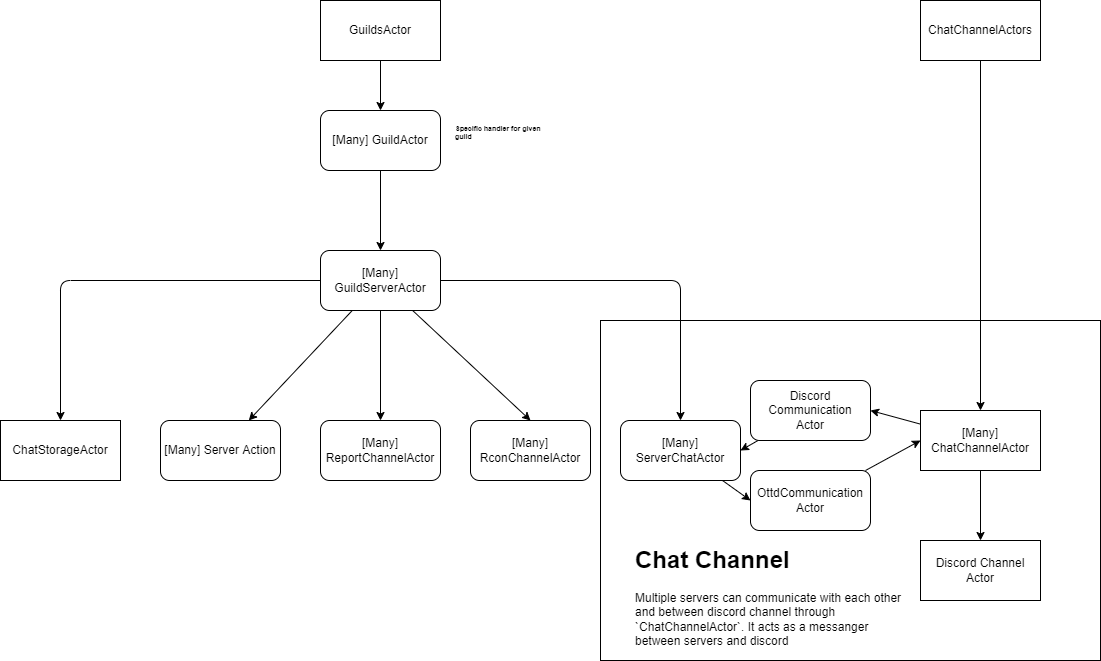
Before: docs/akka.drawio.png, a diagram exported from draw.io (shoter/OpenttdDiscord). Source tidied: cells renumbered, new cells last; positions are measured from the earlier drawing's top-left corner, leaving out a move shared by most shapes.
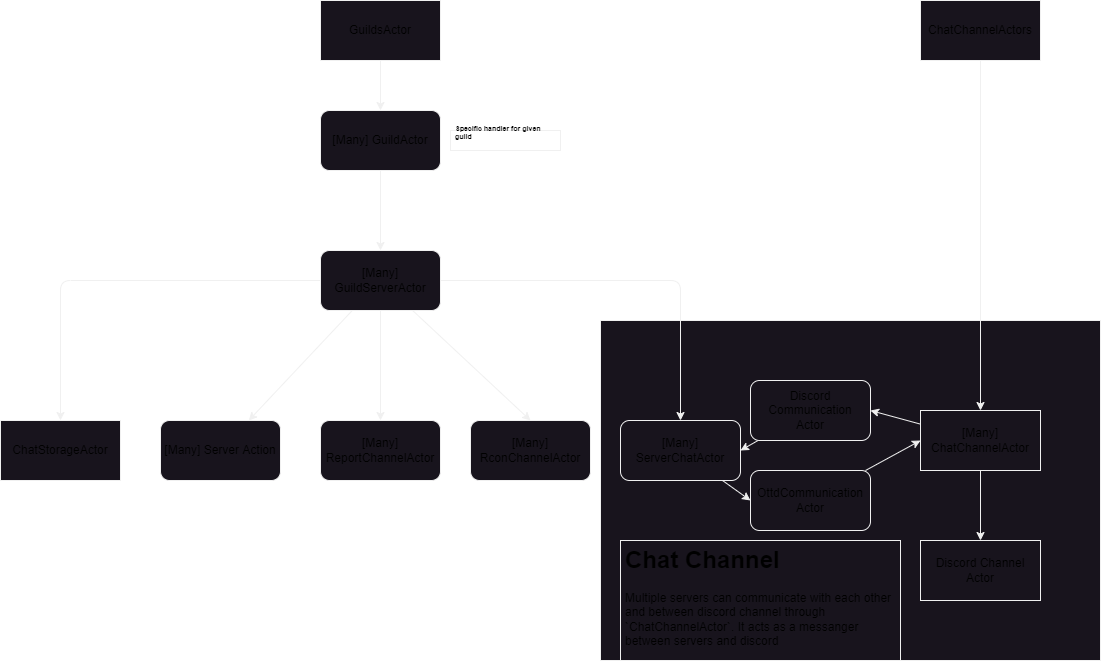
After the change.

Commit message:
feat: better diagram colors

What changed in the source:
```diff
@@ -2,100 +2,100 @@
   <root>
     <mxCell id="0" />
     <mxCell id="1" parent="0" />
-    <mxCell id="2" style="rounded=0;whiteSpace=wrap;html=1;" parent="1" vertex="1">
+    <mxCell id="2" style="rounded=0;whiteSpace=wrap;html=1;strokeColor=#f0f0f0;fillColor=#18141D;" parent="1" vertex="1">
       <mxGeometry x="600" y="320" width="500" height="340" as="geometry" />
     </mxCell>
-    <mxCell id="3" style="edgeStyle=none;html=1;" parent="1" edge="1" source="4" target="13">
+    <mxCell id="3" style="edgeStyle=none;html=1;strokeColor=#F0F0F0;" parent="1" edge="1" source="4" target="13">
       <mxGeometry relative="1" as="geometry" />
     </mxCell>
-    <mxCell id="4" value="[Many] GuildActor" style="rounded=1;whiteSpace=wrap;html=1;" parent="1" vertex="1">
+    <mxCell id="4" value="[Many] GuildActor" style="rounded=1;whiteSpace=wrap;html=1;strokeColor=#f0f0f0;fillColor=#18141D;" parent="1" vertex="1">
       <mxGeometry x="320" y="110" width="120" height="60" as="geometry" />
     </mxCell>
-    <mxCell id="5" value="&lt;h1 style=&quot;font-size: 7px;&quot;&gt;Specific handler for given guild&lt;/h1&gt;" style="text;html=1;strokeColor=none;fillColor=none;spacing=5;spacingTop=-20;whiteSpace=wrap;overflow=hidden;rounded=0;fontSize=7;verticalAlign=top;align=left;" parent="1" vertex="1">
+    <mxCell id="5" value="&lt;h1 style=&quot;font-size: 7px;&quot;&gt;Specific handler for given guild&lt;/h1&gt;" style="text;html=1;strokeColor=#f0f0f0;fillColor=none;spacing=5;spacingTop=-20;whiteSpace=wrap;overflow=hidden;rounded=0;fontSize=7;verticalAlign=top;align=left;" parent="1" vertex="1">
       <mxGeometry x="450" y="130" width="110" height="20" as="geometry" />
     </mxCell>
-    <mxCell id="6" style="edgeStyle=none;html=1;entryX=0.5;entryY=0;entryDx=0;entryDy=0;fontSize=12;" parent="1" edge="1" source="7" target="4">
+    <mxCell id="6" style="edgeStyle=none;html=1;entryX=0.5;entryY=0;entryDx=0;entryDy=0;fontSize=12;strokeColor=#F0F0F0;" parent="1" edge="1" source="7" target="4">
       <mxGeometry relative="1" as="geometry" />
     </mxCell>
-    <mxCell id="7" value="GuildsActor" style="rounded=0;whiteSpace=wrap;html=1;fontSize=12;" parent="1" vertex="1">
+    <mxCell id="7" value="GuildsActor" style="rounded=0;whiteSpace=wrap;html=1;fontSize=12;strokeColor=#f0f0f0;fillColor=#18141D;" parent="1" vertex="1">
       <mxGeometry x="320" width="120" height="60" as="geometry" />
     </mxCell>
-    <mxCell id="8" style="edgeStyle=none;html=1;" parent="1" edge="1" source="13" target="14">
+    <mxCell id="8" style="edgeStyle=none;html=1;strokeColor=#F0F0F0;" parent="1" edge="1" source="13" target="14">
       <mxGeometry relative="1" as="geometry" />
     </mxCell>
-    <mxCell id="9" style="edgeStyle=none;html=1;entryX=0.5;entryY=0;entryDx=0;entryDy=0;exitX=1;exitY=0.5;exitDx=0;exitDy=0;" parent="1" edge="1" source="13" target="16">
+    <mxCell id="9" style="edgeStyle=none;html=1;entryX=0.5;entryY=0;entryDx=0;entryDy=0;exitX=1;exitY=0.5;exitDx=0;exitDy=0;strokeColor=#F0F0F0;" parent="1" edge="1" source="13" target="16">
       <mxGeometry relative="1" as="geometry">
         <Array as="points">
           <mxPoint x="680" y="280" />
         </Array>
       </mxGeometry>
     </mxCell>
-    <mxCell id="10" style="edgeStyle=none;html=1;entryX=0.5;entryY=0;entryDx=0;entryDy=0;endArrow=classic;endFill=1;" parent="1" edge="1" source="13" target="29">
+    <mxCell id="10" style="edgeStyle=none;html=1;entryX=0.5;entryY=0;entryDx=0;entryDy=0;endArrow=classic;endFill=1;strokeColor=#F0F0F0;" parent="1" edge="1" source="13" target="29">
       <mxGeometry relative="1" as="geometry">
         <Array as="points">
           <mxPoint x="60" y="280" />
         </Array>
       </mxGeometry>
     </mxCell>
-    <mxCell id="11" style="edgeStyle=none;html=1;entryX=0.5;entryY=0;entryDx=0;entryDy=0;endArrow=classic;endFill=1;" parent="1" edge="1" source="13" target="28">
+    <mxCell id="11" style="edgeStyle=none;html=1;entryX=0.5;entryY=0;entryDx=0;entryDy=0;endArrow=classic;endFill=1;strokeColor=#F0F0F0;" parent="1" edge="1" source="13" target="28">
       <mxGeometry relative="1" as="geometry" />
     </mxCell>
-    <mxCell id="12" style="edgeStyle=none;html=1;entryX=0.5;entryY=0;entryDx=0;entryDy=0;" parent="1" edge="1" source="13" target="27">
+    <mxCell id="12" style="edgeStyle=none;html=1;entryX=0.5;entryY=0;entryDx=0;entryDy=0;strokeColor=#F0F0F0;" parent="1" edge="1" source="13" target="27">
       <mxGeometry relative="1" as="geometry" />
     </mxCell>
-    <mxCell id="13" value="[Many] GuildServerActor" style="rounded=1;whiteSpace=wrap;html=1;" parent="1" vertex="1">
+    <mxCell id="13" value="[Many] GuildServerActor" style="rounded=1;whiteSpace=wrap;html=1;strokeColor=#f0f0f0;fillColor=#18141D;" parent="1" vertex="1">
       <mxGeometry x="320" y="250" width="120" height="60" as="geometry" />
     </mxCell>
-    <mxCell id="14" value="[Many] Server Action" style="rounded=1;whiteSpace=wrap;html=1;" parent="1" vertex="1">
+    <mxCell id="14" value="[Many] Server Action" style="rounded=1;whiteSpace=wrap;html=1;strokeColor=#f0f0f0;fillColor=#18141D;" parent="1" vertex="1">
       <mxGeometry x="160" y="420" width="120" height="60" as="geometry" />
     </mxCell>
-    <mxCell id="15" style="edgeStyle=none;html=1;entryX=0;entryY=0.5;entryDx=0;entryDy=0;" parent="1" edge="1" source="16" target="20">
+    <mxCell id="15" style="edgeStyle=none;html=1;entryX=0;entryY=0.5;entryDx=0;entryDy=0;strokeColor=#F0F0F0;" parent="1" edge="1" source="16" target="20">
       <mxGeometry relative="1" as="geometry" />
     </mxCell>
-    <mxCell id="16" value="[Many] ServerChatActor" style="rounded=1;whiteSpace=wrap;html=1;" parent="1" vertex="1">
+    <mxCell id="16" value="[Many] ServerChatActor" style="rounded=1;whiteSpace=wrap;html=1;strokeColor=#f0f0f0;fillColor=#18141D;" parent="1" vertex="1">
       <mxGeometry x="620" y="420" width="120" height="60" as="geometry" />
     </mxCell>
-    <mxCell id="17" style="edgeStyle=none;html=1;entryX=1;entryY=0.5;entryDx=0;entryDy=0;" parent="1" edge="1" source="18" target="16">
+    <mxCell id="17" style="edgeStyle=none;html=1;entryX=1;entryY=0.5;entryDx=0;entryDy=0;strokeColor=#F0F0F0;" parent="1" edge="1" source="18" target="16">
       <mxGeometry relative="1" as="geometry" />
     </mxCell>
-    <mxCell id="18" value="Discord Communication&lt;br&gt;Actor" style="rounded=1;whiteSpace=wrap;html=1;" parent="1" vertex="1">
+    <mxCell id="18" value="Discord Communication&lt;br&gt;Actor" style="rounded=1;whiteSpace=wrap;html=1;strokeColor=#f0f0f0;fillColor=#18141D;" parent="1" vertex="1">
       <mxGeometry x="750" y="380" width="120" height="60" as="geometry" />
     </mxCell>
-    <mxCell id="19" style="edgeStyle=none;html=1;entryX=0;entryY=0.5;entryDx=0;entryDy=0;" parent="1" edge="1" source="20" target="25">
+    <mxCell id="19" style="edgeStyle=none;html=1;entryX=0;entryY=0.5;entryDx=0;entryDy=0;strokeColor=#F0F0F0;" parent="1" edge="1" source="20" target="25">
       <mxGeometry relative="1" as="geometry" />
     </mxCell>
-    <mxCell id="20" value="OttdCommunication&lt;br&gt;Actor" style="rounded=1;whiteSpace=wrap;html=1;" parent="1" vertex="1">
+    <mxCell id="20" value="OttdCommunication&lt;br&gt;Actor" style="rounded=1;whiteSpace=wrap;html=1;strokeColor=#f0f0f0;fillColor=#18141D;" parent="1" vertex="1">
       <mxGeometry x="750" y="470" width="120" height="60" as="geometry" />
     </mxCell>
-    <mxCell id="21" style="edgeStyle=none;html=1;" parent="1" edge="1" source="22" target="25">
+    <mxCell id="21" style="edgeStyle=none;html=1;strokeColor=#F0F0F0;" parent="1" edge="1" source="22" target="25">
       <mxGeometry relative="1" as="geometry" />
     </mxCell>
-    <mxCell id="22" value="ChatChannelActors" style="rounded=0;whiteSpace=wrap;html=1;fontSize=12;" parent="1" vertex="1">
+    <mxCell id="22" value="ChatChannelActors" style="rounded=0;whiteSpace=wrap;html=1;fontSize=12;strokeColor=#f0f0f0;fillColor=#18141D;" parent="1" vertex="1">
       <mxGeometry x="920" width="120" height="60" as="geometry" />
     </mxCell>
-    <mxCell id="23" style="edgeStyle=none;html=1;" parent="1" edge="1" source="25" target="26">
+    <mxCell id="23" style="edgeStyle=none;html=1;strokeColor=#F0F0F0;" parent="1" edge="1" source="25" target="26">
       <mxGeometry relative="1" as="geometry" />
     </mxCell>
-    <mxCell id="24" style="edgeStyle=none;html=1;entryX=1;entryY=0.5;entryDx=0;entryDy=0;" parent="1" edge="1" source="25" target="18">
+    <mxCell id="24" style="edgeStyle=none;html=1;entryX=1;entryY=0.5;entryDx=0;entryDy=0;strokeColor=#F0F0F0;" parent="1" edge="1" source="25" target="18">
       <mxGeometry relative="1" as="geometry" />
     </mxCell>
-    <mxCell id="25" value="[Many] ChatChannelActor" style="rounded=0;whiteSpace=wrap;html=1;fontSize=12;" parent="1" vertex="1">
+    <mxCell id="25" value="[Many] ChatChannelActor" style="rounded=0;whiteSpace=wrap;html=1;fontSize=12;strokeColor=#f0f0f0;fillColor=#18141D;" parent="1" vertex="1">
       <mxGeometry x="920" y="410" width="120" height="60" as="geometry" />
     </mxCell>
-    <mxCell id="26" value="Discord Channel Actor" style="rounded=0;whiteSpace=wrap;html=1;fontSize=12;" parent="1" vertex="1">
+    <mxCell id="26" value="Discord Channel Actor" style="rounded=0;whiteSpace=wrap;html=1;fontSize=12;strokeColor=#f0f0f0;fillColor=#18141D;" parent="1" vertex="1">
       <mxGeometry x="920" y="540" width="120" height="60" as="geometry" />
     </mxCell>
-    <mxCell id="27" value="[Many]&lt;br&gt;RconChannelActor" style="rounded=1;whiteSpace=wrap;html=1;" parent="1" vertex="1">
+    <mxCell id="27" value="[Many]&lt;br&gt;RconChannelActor" style="rounded=1;whiteSpace=wrap;html=1;strokeColor=#f0f0f0;fillColor=#18141D;" parent="1" vertex="1">
       <mxGeometry x="470" y="420" width="120" height="60" as="geometry" />
     </mxCell>
-    <mxCell id="28" value="[Many]&lt;br&gt;ReportChannelActor" style="rounded=1;whiteSpace=wrap;html=1;" parent="1" vertex="1">
+    <mxCell id="28" value="[Many]&lt;br&gt;ReportChannelActor" style="rounded=1;whiteSpace=wrap;html=1;strokeColor=#f0f0f0;fillColor=#18141D;" parent="1" vertex="1">
       <mxGeometry x="320" y="420" width="120" height="60" as="geometry" />
     </mxCell>
-    <mxCell id="29" value="ChatStorageActor" style="rounded=0;whiteSpace=wrap;html=1;fontSize=12;" parent="1" vertex="1">
+    <mxCell id="29" value="ChatStorageActor" style="rounded=0;whiteSpace=wrap;html=1;fontSize=12;strokeColor=#f0f0f0;fillColor=#18141D;" parent="1" vertex="1">
       <mxGeometry y="420" width="120" height="60" as="geometry" />
     </mxCell>
-    <mxCell id="30" value="&lt;h1&gt;Chat Channel&lt;/h1&gt;&lt;p&gt;Multiple servers can communicate with each other and between discord channel through `ChatChannelActor`. It acts as a messanger between servers and discord&lt;/p&gt;" style="text;html=1;strokeColor=none;fillColor=none;spacing=5;spacingTop=-20;whiteSpace=wrap;overflow=hidden;rounded=0;" parent="1" vertex="1">
-      <mxGeometry x="630" y="540" width="280" height="120" as="geometry" />
+    <mxCell id="30" value="&lt;h1&gt;Chat Channel&lt;/h1&gt;&lt;p&gt;Multiple servers can communicate with each other and between discord channel through `ChatChannelActor`. It acts as a messanger between servers and discord&lt;/p&gt;" style="text;html=1;strokeColor=#f0f0f0;fillColor=#18141D;spacing=5;spacingTop=-20;whiteSpace=wrap;overflow=hidden;rounded=0;" parent="1" vertex="1">
+      <mxGeometry x="620" y="540" width="280" height="120" as="geometry" />
     </mxCell>
   </root>
 </mxGraphModel>
```
